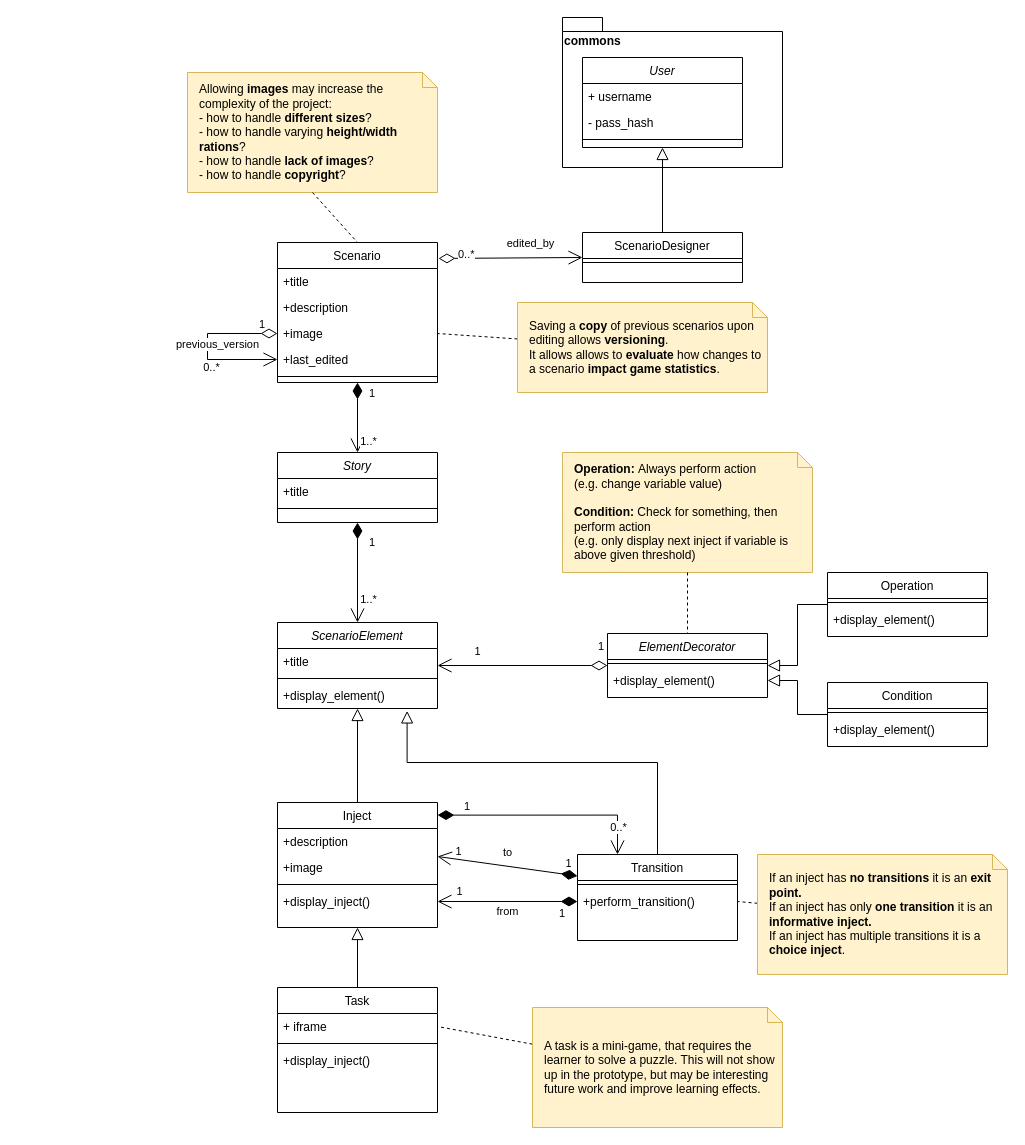
This is page "Scenario_Design" (2 of 4) of artefacts/concept-1.0/diagrams/class diagram.drawio from Elias-Ladenburger/CSEP, a draw.io file, before an edit. Source tidied: cells renumbered, new cells numbered last; positions are measured from the earlier drawing's top-left corner, leaving out a move shared by most shapes. Both pictures are drawn from the tidied source at 100%, with x=0, y=0 at pixel (187, 17).
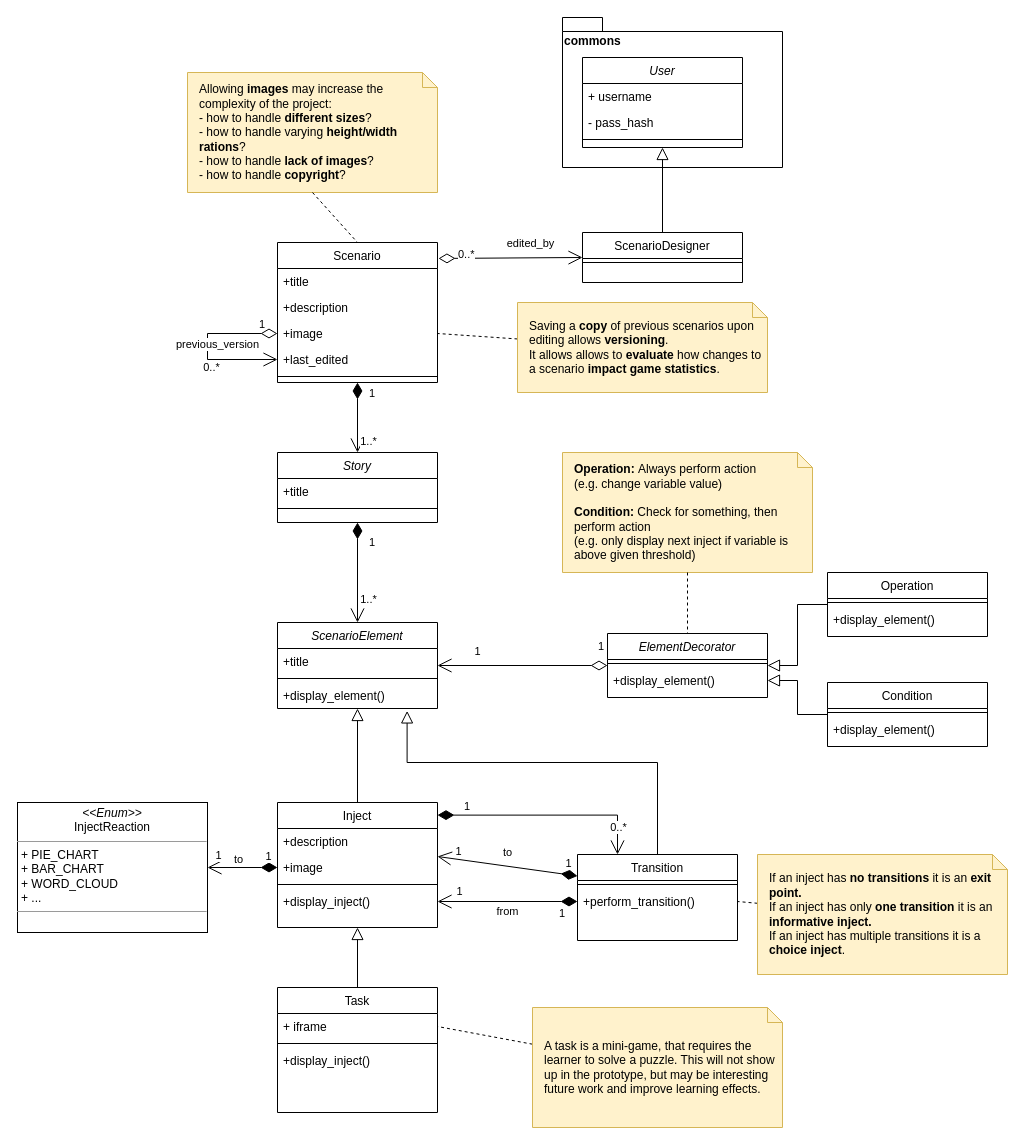
After the change.

Commit message (it also covers changes not shown here):
Add injectreaction to classdiagram

Unchanged cells that the change refers to:
```xml
<mxCell id="13" value="+image" style="text;align=left;verticalAlign=top;spacingLeft=4;spacingRight=4;overflow=hidden;points=[[0,0.5],[1,0.5]];portConstraint=eastwest;rounded=0;shadow=0;html=0;" parent="11" vertex="1">
  <mxGeometry y="52" width="160" height="26" as="geometry" />
</mxCell>
```

The edit, as a diff of the source:
```diff
@@
+    <mxCell id="79" style="endArrow=open;html=1;endSize=12;startArrow=diamondThin;startSize=14;startFill=1;align=left;verticalAlign=bottom;entryX=1;entryY=0.5;entryDx=0;entryDy=0;exitX=0;exitY=0.5;exitDx=0;exitDy=0;rounded=0;" parent="1" edge="1" source="13" target="83">
+      <mxGeometry x="-0.33" relative="1" as="geometry" />
+    </mxCell>
+    <mxCell id="80" value="1" style="edgeLabel;html=1;align=center;verticalAlign=middle;" parent="79" vertex="1">
+      <mxGeometry x="0.22" y="1" relative="1" as="geometry">
+        <mxPoint x="-17" y="-14" as="offset" />
+      </mxGeometry>
+    </mxCell>
+    <mxCell id="81" value="to" style="edgeLabel;html=1;align=center;verticalAlign=middle;" parent="79" vertex="1">
+      <mxGeometry x="0.53" y="4" relative="1" as="geometry">
+        <mxPoint x="14" y="-12.6" as="offset" />
+      </mxGeometry>
+    </mxCell>
+    <mxCell id="82" value="1" style="edgeLabel;html=1;align=center;verticalAlign=middle;" parent="79" vertex="1">
+      <mxGeometry x="-0.81" y="-1" relative="1" as="geometry">
+        <mxPoint x="-3" y="-10.7" as="offset" />
+      </mxGeometry>
+    </mxCell>
+    <mxCell id="83" value="&lt;p style=&quot;margin: 0px ; margin-top: 4px ; text-align: center&quot;&gt;&lt;i&gt;&amp;lt;&amp;lt;Enum&amp;gt;&amp;gt;&lt;/i&gt;&lt;br&gt;InjectReaction&lt;br&gt;&lt;/p&gt;&lt;hr size=&quot;1&quot;&gt;&lt;p style=&quot;margin: 0px ; margin-left: 4px&quot;&gt;+ PIE_CHART&lt;br&gt;+ BAR_CHART&lt;/p&gt;&lt;p style=&quot;margin: 0px ; margin-left: 4px&quot;&gt;+ WORD_CLOUD&lt;/p&gt;&lt;p style=&quot;margin: 0px ; margin-left: 4px&quot;&gt;+ ...&lt;br&gt;&lt;/p&gt;&lt;hr size=&quot;1&quot;&gt;" style="verticalAlign=top;align=left;overflow=fill;fontSize=12;fontFamily=Helvetica;html=1;" parent="1" vertex="1">
+      <mxGeometry x="-170" y="785" width="190" height="130" as="geometry" />
+    </mxCell>
```
